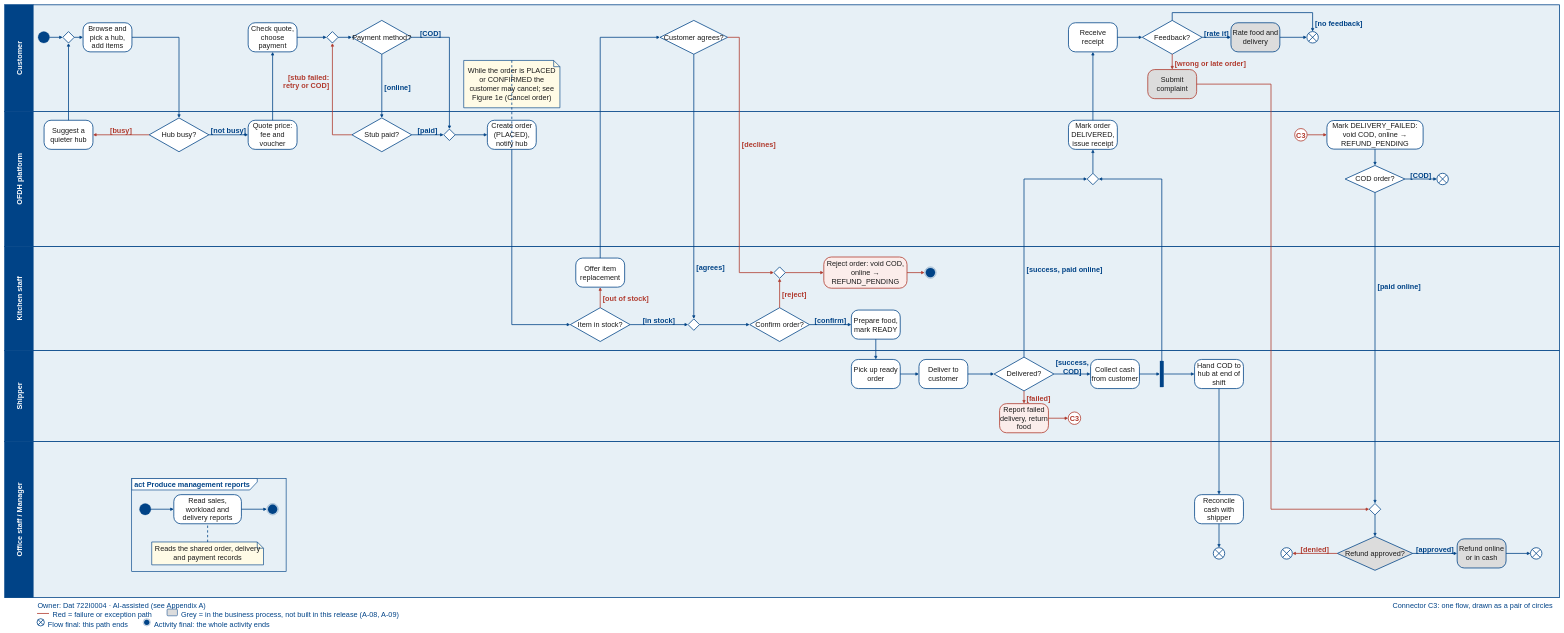
Before: page "Full" (1 of 6) of docs/part1/models/SaigonBite_Business_Process.drawio in Dat071104/SaigonBite, a draw.io diagram. Source tidied: cells renumbered, new cells numbered last; positions are measured from the earlier drawing's top-left corner, leaving out a move shared by most shapes. Both pictures are drawn from the tidied source at 26%, with x=0, y=0 at pixel (5, 5).
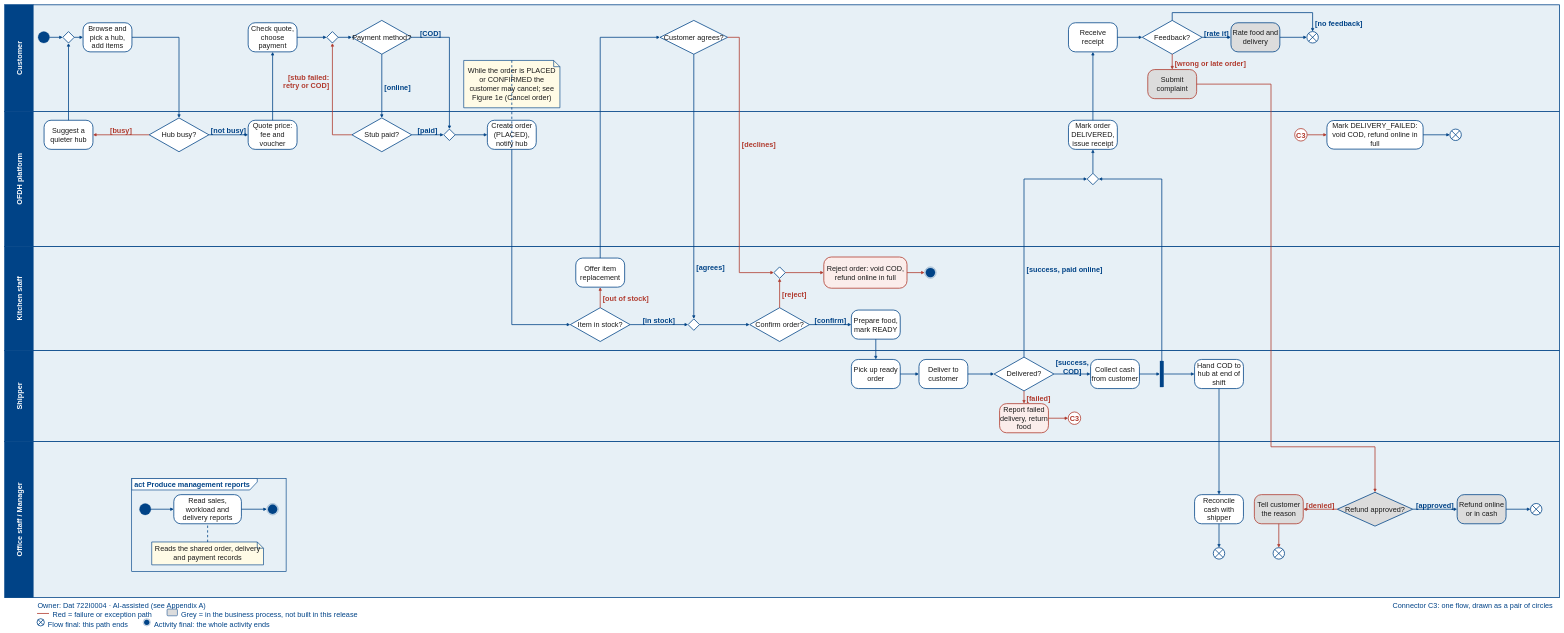
After the change.

Commit message (it also covers changes not shown here):
Update Part 1 package: team of three, consistent refund and cancel rules, I1 results as of 20/10

The change refers to these unchanged cells:
```xml
<mxCell id="51" value="Submit complaint" style="rounded=1;arcSize=24;whiteSpace=wrap;html=0;fillColor=#DCDCDC;strokeColor=#B03A2E;strokeWidth=3;fontColor=#1B1B1B;fontSize=28;" parent="1" vertex="1">
  <mxGeometry x="4396" y="249" width="188" height="112" as="geometry" />
</mxCell>
```

The edit, as a diff of the source:
```diff
@@
-    <mxCell id="33" value="Reject order: void COD, online → REFUND_PENDING" style="rounded=1;arcSize=24;whiteSpace=wrap;html=0;fillColor=#FBEDEB;strokeColor=#B03A2E;strokeWidth=3;fontColor=#1B1B1B;fontSize=28;" parent="1" vertex="1">
+    <mxCell id="33" value="Reject order: void COD, refund online in full" style="rounded=1;arcSize=24;whiteSpace=wrap;html=0;fillColor=#FBEDEB;strokeColor=#B03A2E;strokeWidth=3;fontColor=#1B1B1B;fontSize=28;" parent="1" vertex="1">
       <mxGeometry x="3150" y="970" width="320" height="120" as="geometry" />
     </mxCell>
@@
-    <mxCell id="52" value="Mark DELIVERY_FAILED: void COD, online → REFUND_PENDING" style="rounded=1;arcSize=24;whiteSpace=wrap;html=0;fillColor=#FFFFFF;strokeColor=#004387;strokeWidth=3;fontColor=#1B1B1B;fontSize=28;" parent="1" vertex="1">
+    <mxCell id="52" value="Mark DELIVERY_FAILED: void COD, refund online in full" style="rounded=1;arcSize=24;whiteSpace=wrap;html=0;fillColor=#FFFFFF;strokeColor=#004387;strokeWidth=3;fontColor=#1B1B1B;fontSize=28;" parent="1" vertex="1">
       <mxGeometry x="5085" y="445" width="370" height="110" as="geometry" />
     </mxCell>
-    <mxCell id="53" value="COD order?" style="rhombus;whiteSpace=wrap;html=0;fillColor=#FFFFFF;strokeColor=#004387;strokeWidth=3;fontColor=#1B1B1B;fontSize=28;" parent="1" vertex="1">
-      <mxGeometry x="5155" y="618" width="230" height="104" as="geometry" />
-    </mxCell>
-    <mxCell id="54" style="shape=sumEllipse;fillColor=#FFFFFF;strokeColor=#004387;strokeWidth=3;" parent="1" vertex="1">
-      <mxGeometry x="5508" y="648" width="44" height="44" as="geometry" />
-    </mxCell>
-    <mxCell id="55" style="rhombus;html=0;fillColor=#FFFFFF;strokeColor=#004387;strokeWidth=3;" parent="1" vertex="1">
-      <mxGeometry x="5248" y="1918" width="44" height="44" as="geometry" />
-    </mxCell>
+    <mxCell id="155" style="shape=sumEllipse;fillColor=#FFFFFF;strokeColor=#004387;strokeWidth=3;" parent="1" vertex="1">
+      <mxGeometry x="5558" y="478" width="44" height="44" as="geometry" />
+    </mxCell>
     <mxCell id="56" value="Refund approved?" style="rhombus;whiteSpace=wrap;html=0;fillColor=#DCDCDC;strokeColor=#004387;strokeWidth=3;fontColor=#1B1B1B;fontSize=28;" parent="1" vertex="1">
-      <mxGeometry x="5125" y="2045" width="290" height="130" as="geometry" />
+      <mxGeometry x="5125" y="1875" width="290" height="130" as="geometry" />
     </mxCell>
     <mxCell id="57" value="Refund online or in cash" style="rounded=1;arcSize=24;whiteSpace=wrap;html=0;fillColor=#DCDCDC;strokeColor=#004387;strokeWidth=3;fontColor=#1B1B1B;fontSize=28;" parent="1" vertex="1">
-      <mxGeometry x="5586" y="2054" width="188" height="112" as="geometry" />
+      <mxGeometry x="5586" y="1884" width="188" height="112" as="geometry" />
     </mxCell>
     <mxCell id="58" style="shape=sumEllipse;fillColor=#FFFFFF;strokeColor=#004387;strokeWidth=3;" parent="1" vertex="1">
-      <mxGeometry x="5868" y="2088" width="44" height="44" as="geometry" />
+      <mxGeometry x="5868" y="1918" width="44" height="44" as="geometry" />
     </mxCell>
+    <mxCell id="156" value="Tell customer the reason" style="rounded=1;arcSize=24;whiteSpace=wrap;html=0;fillColor=#DCDCDC;strokeColor=#B03A2E;strokeWidth=3;fontColor=#1B1B1B;fontSize=28;" parent="1" vertex="1">
+      <mxGeometry x="4806" y="1884" width="188" height="112" as="geometry" />
+    </mxCell>
     <mxCell id="59" style="shape=sumEllipse;fillColor=#FFFFFF;strokeColor=#004387;strokeWidth=3;" parent="1" vertex="1">
-      <mxGeometry x="4908" y="2088" width="44" height="44" as="geometry" />
+      <mxGeometry x="4878" y="2088" width="44" height="44" as="geometry" />
     </mxCell>
@@
-    <mxCell id="130" style="edgeStyle=none;rounded=0;html=0;strokeColor=#B03A2E;strokeWidth=3;endArrow=block;endFill=1;exitX=1;exitY=0.5;exitDx=0;exitDy=0;entryX=0;entryY=0.5;entryDx=0;entryDy=0;" parent="1" edge="1" source="51" target="55">
+    <mxCell id="130" style="edgeStyle=none;rounded=0;html=0;strokeColor=#B03A2E;strokeWidth=3;endArrow=block;endFill=1;exitX=1;exitY=0.5;exitDx=0;exitDy=0;entryX=0.5;entryY=0;entryDx=0;entryDy=0;" parent="1" edge="1" source="51" target="56">
       <mxGeometry relative="1" as="geometry">
         <Array as="points">
           <mxPoint x="4870" y="305" />
-          <mxPoint x="4870" y="1940" />
+          <mxPoint x="4870" y="1700" />
+          <mxPoint x="5270" y="1700" />
         </Array>
       </mxGeometry>
     </mxCell>
-    <mxCell id="131" style="edgeStyle=none;rounded=0;html=0;strokeColor=#004387;strokeWidth=3;endArrow=block;endFill=1;exitX=0.5;exitY=1;exitDx=0;exitDy=0;entryX=0.5;entryY=0;entryDx=0;entryDy=0;" parent="1" edge="1" source="52" target="53">
+    <mxCell id="131" style="edgeStyle=none;rounded=0;html=0;strokeColor=#004387;strokeWidth=3;endArrow=block;endFill=1;exitX=1;exitY=0.5;exitDx=0;exitDy=0;entryX=0;entryY=0.5;entryDx=0;entryDy=0;" parent="1" edge="1" source="52" target="155">
       <mxGeometry relative="1" as="geometry" />
     </mxCell>
-    <mxCell id="132" style="edgeStyle=none;rounded=0;html=0;strokeColor=#004387;strokeWidth=3;endArrow=block;endFill=1;exitX=1;exitY=0.5;exitDx=0;exitDy=0;entryX=0;entryY=0.5;entryDx=0;entryDy=0;" parent="1" edge="1" source="53" target="54">
-      <mxGeometry relative="1" as="geometry" />
-    </mxCell>
-    <mxCell id="133" value="[COD]" style="text;html=0;whiteSpace=wrap;align=center;verticalAlign=top;strokeColor=none;fillColor=none;fontStyle=1;fontSize=28;fontColor=#004387;" parent="1" vertex="1">
-      <mxGeometry x="5402" y="632" width="89" height="34" as="geometry" />
-    </mxCell>
-    <mxCell id="134" style="edgeStyle=none;rounded=0;html=0;strokeColor=#004387;strokeWidth=3;endArrow=block;endFill=1;exitX=0.5;exitY=1;exitDx=0;exitDy=0;entryX=0.5;entryY=0;entryDx=0;entryDy=0;" parent="1" edge="1" source="53" target="55">
-      <mxGeometry relative="1" as="geometry" />
-    </mxCell>
-    <mxCell id="135" value="[paid online]" style="text;html=0;whiteSpace=wrap;align=left;verticalAlign=top;strokeColor=none;fillColor=none;fontStyle=1;fontSize=28;fontColor=#004387;" parent="1" vertex="1">
-      <mxGeometry x="5278" y="1062" width="174" height="34" as="geometry" />
-    </mxCell>
-    <mxCell id="136" style="edgeStyle=none;rounded=0;html=0;strokeColor=#004387;strokeWidth=3;endArrow=block;endFill=1;exitX=0.5;exitY=1;exitDx=0;exitDy=0;entryX=0.5;entryY=0;entryDx=0;entryDy=0;" parent="1" edge="1" source="55" target="56">
-      <mxGeometry relative="1" as="geometry" />
-    </mxCell>
@@
     <mxCell id="138" value="[approved]" style="text;html=0;whiteSpace=wrap;align=center;verticalAlign=top;strokeColor=none;fillColor=none;fontStyle=1;fontSize=28;fontColor=#004387;" parent="1" vertex="1">
-      <mxGeometry x="5424" y="2072" width="153" height="34" as="geometry" />
+      <mxGeometry x="5424" y="1902" width="153" height="34" as="geometry" />
     </mxCell>
@@
-    <mxCell id="140" style="edgeStyle=none;rounded=0;html=0;strokeColor=#B03A2E;strokeWidth=3;endArrow=block;endFill=1;exitX=0;exitY=0.5;exitDx=0;exitDy=0;entryX=1;entryY=0.5;entryDx=0;entryDy=0;" parent="1" edge="1" source="56" target="59">
+    <mxCell id="140" style="edgeStyle=none;rounded=0;html=0;strokeColor=#B03A2E;strokeWidth=3;endArrow=block;endFill=1;exitX=0;exitY=0.5;exitDx=0;exitDy=0;entryX=1;entryY=0.5;entryDx=0;entryDy=0;" parent="1" edge="1" source="56" target="156">
       <mxGeometry relative="1" as="geometry" />
     </mxCell>
     <mxCell id="141" value="[denied]" style="text;html=0;whiteSpace=wrap;align=center;verticalAlign=top;strokeColor=none;fillColor=none;fontStyle=1;fontSize=28;fontColor=#B03A2E;" parent="1" vertex="1">
-      <mxGeometry x="4980" y="2072" width="117" height="34" as="geometry" />
+      <mxGeometry x="5001" y="1902" width="117" height="34" as="geometry" />
     </mxCell>
+    <mxCell id="157" style="edgeStyle=none;rounded=0;html=0;strokeColor=#B03A2E;strokeWidth=3;endArrow=block;endFill=1;exitX=0.5;exitY=1;exitDx=0;exitDy=0;entryX=0.5;entryY=0;entryDx=0;entryDy=0;" parent="1" edge="1" source="156" target="59">
+      <mxGeometry relative="1" as="geometry" />
+    </mxCell>
@@
-    <mxCell id="150" value="Grey = in the business process, not built in this release (A-08, A-09)" style="text;html=0;align=left;verticalAlign=middle;strokeColor=none;fillColor=none;fontSize=28;fontColor=#004387;" parent="1" vertex="1">
-      <mxGeometry x="676" y="2328" width="848" height="32" as="geometry" />
+    <mxCell id="150" value="Grey = in the business process, not built in this release" style="text;html=0;align=left;verticalAlign=middle;strokeColor=none;fillColor=none;fontSize=28;fontColor=#004387;" parent="1" vertex="1">
+      <mxGeometry x="676" y="2328" width="690" height="32" as="geometry" />
     </mxCell>
```
